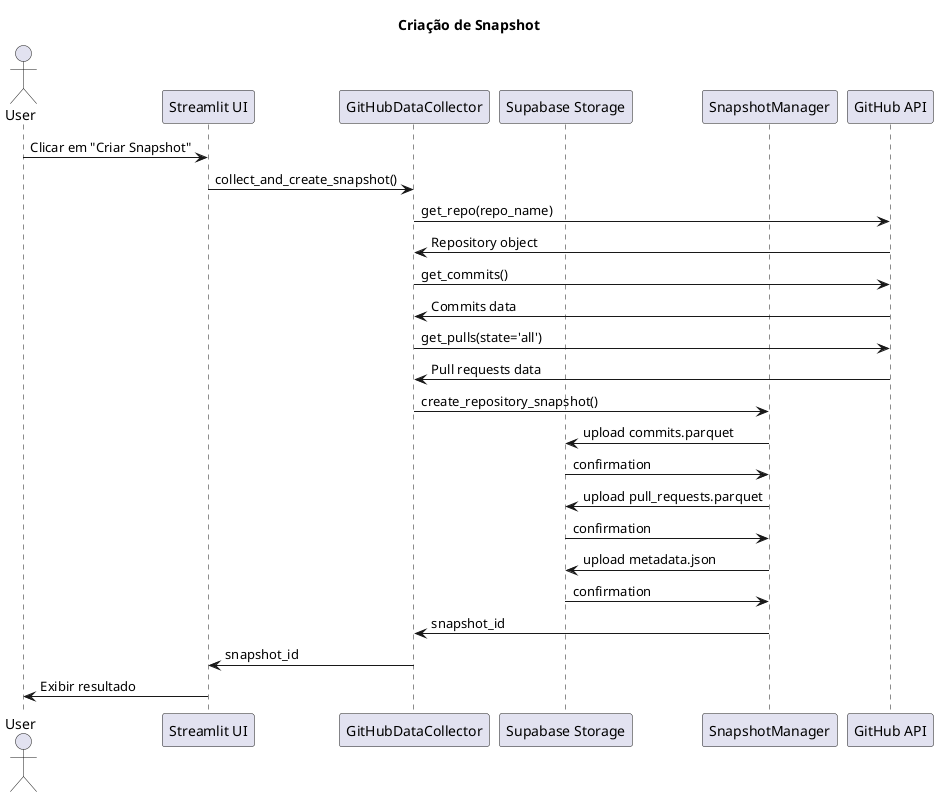
afonsolelis/pesquisa_modelo_gd_apb keeps this PlantUML diagram as artigos/softwarex/sistema/sequence_diagram.png. Above is the earlier version. Its source is kept beside it as artigos/softwarex/sistema/sequence_diagram.puml.
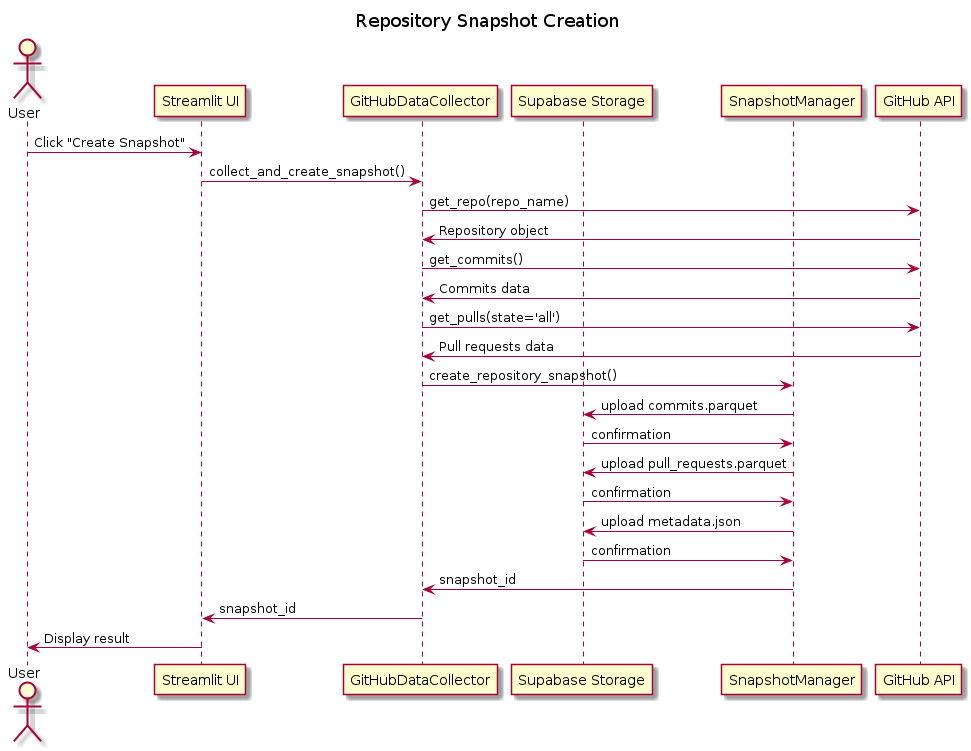
Later version of the same file.

Commit message:
feat(diagrams): translate UML diagrams and documentation to English

Change to the diagram source:
```diff
@@ -1,5 +1,5 @@
 @startuml
-title Criação de Snapshot
+title Repository Snapshot Creation
 
 actor User
 participant "Streamlit UI" as UI
@@ -8,7 +8,7 @@
 participant "SnapshotManager" as SM
 participant "GitHub API" as GitHub
 
-User -> UI: Clicar em "Criar Snapshot"
+User -> UI: Click "Create Snapshot"
 UI -> Collector: collect_and_create_snapshot()
 Collector -> GitHub: get_repo(repo_name)
 GitHub -> Collector: Repository object
@@ -25,5 +25,5 @@
 Storage -> SM: confirmation
 SM -> Collector: snapshot_id
 Collector -> UI: snapshot_id
-UI -> User: Exibir resultado
+UI -> User: Display result
 @enduml
```
